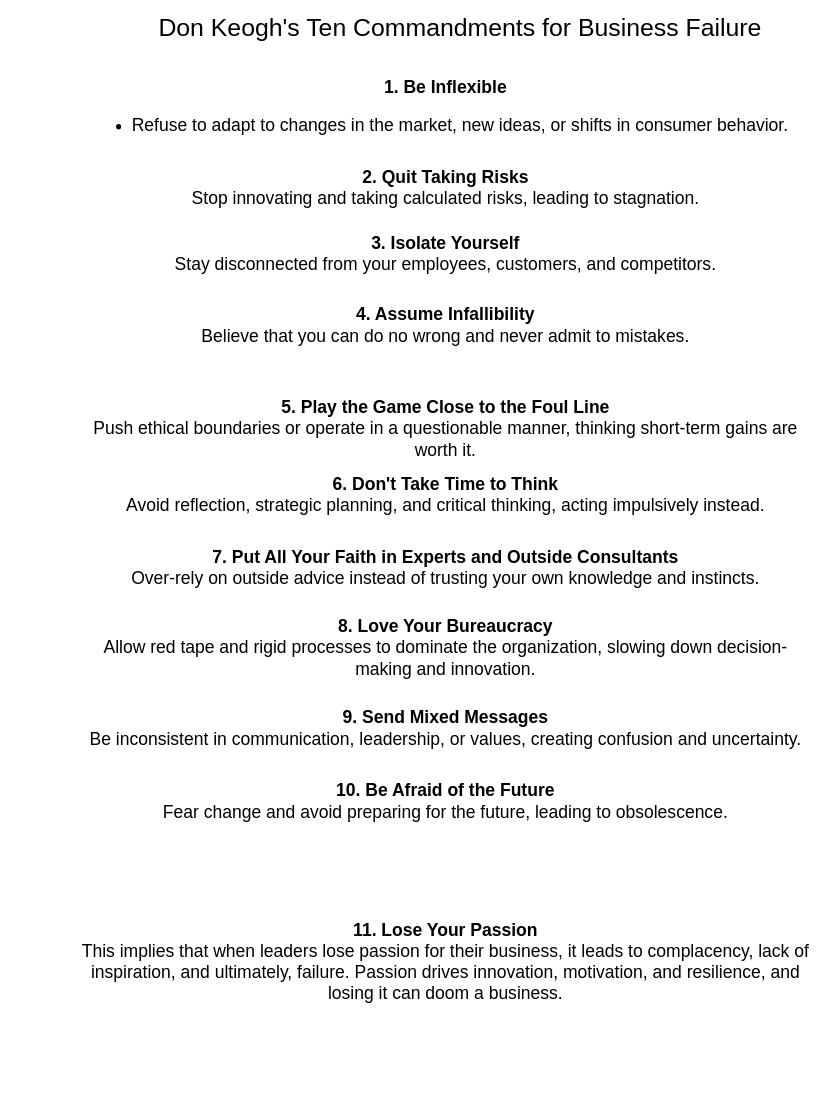
Before: DonKeogh10Step.drawio in gibbona1/diagrams, a draw.io diagram. Source tidied: cells renumbered, new cells numbered last; positions are measured from the earlier drawing's top-left corner, leaving out a move shared by most shapes. Both pictures are drawn from the tidied source at 73%, with x=0, y=0 at pixel (80, 16). Pictures stored in the file or linked from it are replaced by grey dashed boxes.
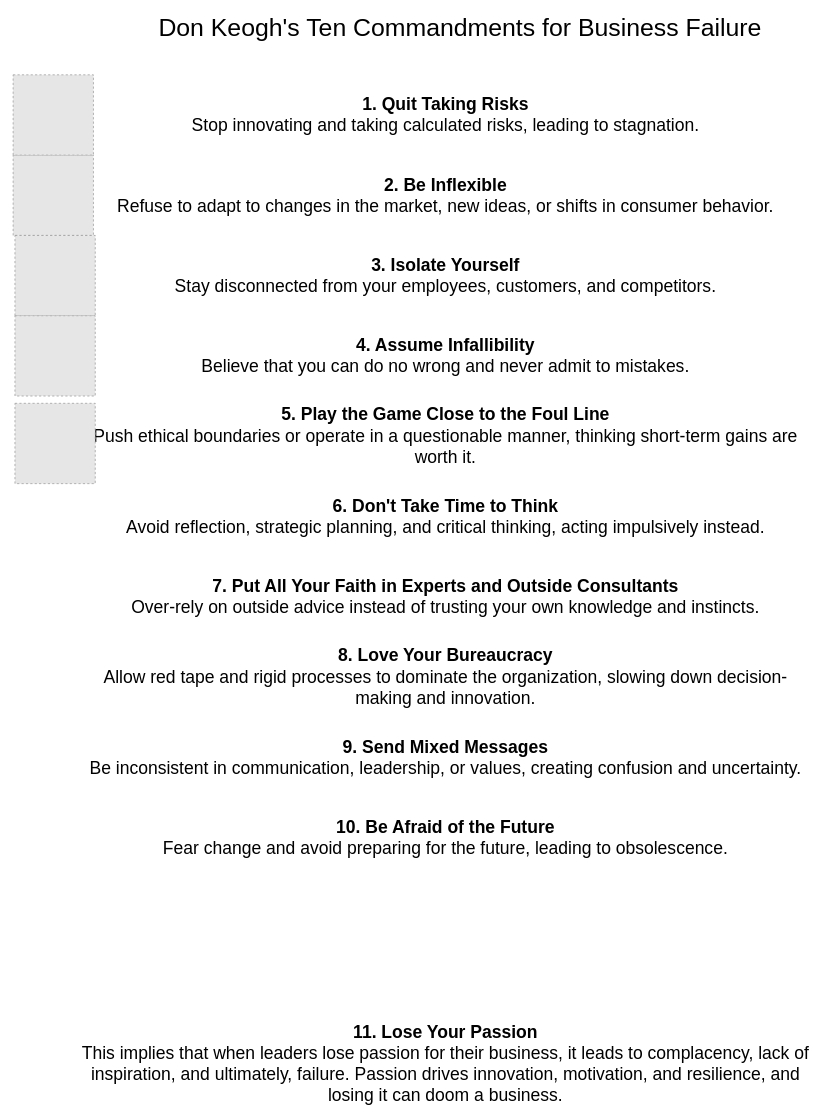
Above is the later version.

Change to the diagram source:
```diff
@@
 <mxGraphModel>
   <root>
     <mxCell id="0" />
     <mxCell id="1" parent="0" />
+    <mxCell id="12" value="&lt;strong style=&quot;background-color: initial;&quot;&gt;2. Be Inflexible&lt;/strong&gt;&lt;br&gt;&lt;span style=&quot;background-color: initial;&quot;&gt;Refuse to adapt to changes in the market, new ideas, or shifts in consumer behavior.&lt;/span&gt;" style="text;html=1;align=center;verticalAlign=middle;whiteSpace=wrap;rounded=0;fontSize=24;" parent="1" vertex="1">
+      <mxGeometry y="190" width="1000" height="110" as="geometry" />
+    </mxCell>
     <mxCell id="2" value="&lt;font style=&quot;font-size: 34px;&quot;&gt;Don Keogh's Ten Commandments for Business Failure&lt;/font&gt;" style="text;html=1;align=center;verticalAlign=middle;whiteSpace=wrap;rounded=0;" parent="1" vertex="1">
       <mxGeometry x="100" width="840" height="30" as="geometry" />
     </mxCell>
     <mxCell id="3" value="&lt;strong style=&quot;font-size: 24px; background-color: initial;&quot;&gt;10. Be Afraid of the Future&lt;/strong&gt;&lt;br style=&quot;font-size: 24px;&quot;&gt;&lt;span style=&quot;background-color: initial; font-size: 24px;&quot;&gt;Fear change and avoid preparing for the future, leading to obsolescence.&lt;/span&gt;" style="text;html=1;align=center;verticalAlign=middle;whiteSpace=wrap;rounded=0;fontSize=24;" parent="1" vertex="1">
-      <mxGeometry y="1020" width="1000" height="110" as="geometry" />
+      <mxGeometry y="1070" width="1000" height="110" as="geometry" />
     </mxCell>
     <mxCell id="4" value="&lt;strong style=&quot;font-size: 24px; background-color: initial;&quot;&gt;9. Send Mixed Messages&lt;/strong&gt;&lt;br style=&quot;font-size: 24px;&quot;&gt;&lt;span style=&quot;background-color: initial; font-size: 24px;&quot;&gt;Be inconsistent in communication, leadership, or values, creating confusion and uncertainty.&lt;/span&gt;" style="text;html=1;align=center;verticalAlign=middle;whiteSpace=wrap;rounded=0;fontSize=24;" parent="1" vertex="1">
-      <mxGeometry y="920" width="1000" height="110" as="geometry" />
+      <mxGeometry y="960" width="1000" height="110" as="geometry" />
     </mxCell>
     <mxCell id="5" value="&lt;strong style=&quot;font-size: 24px; background-color: initial;&quot;&gt;8. Love Your Bureaucracy&lt;/strong&gt;&lt;br style=&quot;font-size: 24px;&quot;&gt;&lt;span style=&quot;background-color: initial; font-size: 24px;&quot;&gt;Allow red tape and rigid processes to dominate the organization, slowing down decision-making and innovation.&lt;/span&gt;" style="text;html=1;align=center;verticalAlign=middle;whiteSpace=wrap;rounded=0;fontSize=24;" parent="1" vertex="1">
-      <mxGeometry y="810" width="1000" height="110" as="geometry" />
+      <mxGeometry y="850" width="1000" height="110" as="geometry" />
     </mxCell>
     <mxCell id="6" value="&lt;p style=&quot;font-size: 24px; background-color: initial; display: inline !important;&quot;&gt;&lt;strong style=&quot;font-size: 24px;&quot;&gt;7. Put All Your Faith in Experts and Outside Consultants&lt;br style=&quot;font-size: 24px;&quot;&gt;&lt;/strong&gt;&lt;/p&gt;&lt;span style=&quot;background-color: initial; font-size: 24px;&quot;&gt;Over-rely on outside advice instead of trusting your own knowledge and instincts.&lt;/span&gt;" style="text;html=1;align=center;verticalAlign=middle;whiteSpace=wrap;rounded=0;fontSize=24;" parent="1" vertex="1">
-      <mxGeometry y="700" width="1000" height="110" as="geometry" />
+      <mxGeometry y="740" width="1000" height="110" as="geometry" />
     </mxCell>
     <mxCell id="7" value="&lt;strong style=&quot;font-size: 24px; background-color: initial;&quot;&gt;6. Don't Take Time to Think&lt;/strong&gt;&lt;div style=&quot;font-size: 24px;&quot;&gt;&lt;span style=&quot;background-color: initial; font-size: 24px;&quot;&gt;Avoid reflection, strategic planning, and critical thinking, acting impulsively instead.&lt;/span&gt;&lt;/div&gt;" style="text;html=1;align=center;verticalAlign=middle;whiteSpace=wrap;rounded=0;fontSize=24;" parent="1" vertex="1">
-      <mxGeometry y="600" width="1000" height="110" as="geometry" />
+      <mxGeometry y="630" width="1000" height="110" as="geometry" />
     </mxCell>
     <mxCell id="8" value="&lt;p style=&quot;font-size: 24px; background-color: initial; display: inline !important;&quot;&gt;&lt;strong style=&quot;font-size: 24px;&quot;&gt;5. Play the Game Close to the Foul Line&lt;br style=&quot;font-size: 24px;&quot;&gt;&lt;/strong&gt;&lt;/p&gt;&lt;span style=&quot;background-color: initial; font-size: 24px;&quot;&gt;Push ethical boundaries or operate in a questionable manner, thinking short-term gains are worth it.&lt;/span&gt;" style="text;html=1;align=center;verticalAlign=middle;whiteSpace=wrap;rounded=0;fontSize=24;" parent="1" vertex="1">
-      <mxGeometry y="510" width="1000" height="110" as="geometry" />
+      <mxGeometry y="520" width="1000" height="110" as="geometry" />
     </mxCell>
     <mxCell id="9" value="&lt;p style=&quot;font-size: 24px; background-color: initial; display: inline !important;&quot;&gt;&lt;strong style=&quot;font-size: 24px;&quot;&gt;4. Assume Infallibility&lt;br style=&quot;font-size: 24px;&quot;&gt;&lt;/strong&gt;&lt;/p&gt;&lt;span style=&quot;background-color: initial; font-size: 24px;&quot;&gt;Believe that you can do no wrong and never admit to mistakes.&lt;/span&gt;" style="text;html=1;align=center;verticalAlign=middle;whiteSpace=wrap;rounded=0;fontSize=24;" parent="1" vertex="1">
-      <mxGeometry y="368" width="1000" height="110" as="geometry" />
+      <mxGeometry y="410" width="1000" height="110" as="geometry" />
     </mxCell>
     <mxCell id="10" value="&lt;p style=&quot;font-size: 24px; background-color: initial; display: inline !important;&quot;&gt;&lt;strong style=&quot;font-size: 24px;&quot;&gt;3. Isolate Yourself&lt;br style=&quot;font-size: 24px;&quot;&gt;&lt;/strong&gt;&lt;/p&gt;&lt;span style=&quot;background-color: initial; font-size: 24px;&quot;&gt;Stay disconnected from your employees, customers, and competitors.&lt;/span&gt;" style="text;html=1;align=center;verticalAlign=middle;whiteSpace=wrap;rounded=0;fontSize=24;" parent="1" vertex="1">
-      <mxGeometry y="270" width="1000" height="110" as="geometry" />
+      <mxGeometry y="300" width="1000" height="110" as="geometry" />
     </mxCell>
-    <mxCell id="11" value="&lt;font style=&quot;font-size: 24px;&quot;&gt;&lt;p style=&quot;background-color: initial; font-size: 24px; display: inline !important;&quot;&gt;&lt;strong style=&quot;font-size: 24px;&quot;&gt;2. Quit Taking Risks&lt;br style=&quot;font-size: 24px;&quot;&gt;&lt;/strong&gt;&lt;/p&gt;&lt;span style=&quot;background-color: initial; font-size: 24px;&quot;&gt;Stop innovating and taking calculated risks, leading to stagnation.&lt;/span&gt;&lt;/font&gt;" style="text;html=1;align=center;verticalAlign=middle;whiteSpace=wrap;rounded=0;fontSize=24;" parent="1" vertex="1">
-      <mxGeometry y="180" width="1000" height="110" as="geometry" />
+    <mxCell id="11" value="&lt;font style=&quot;font-size: 24px;&quot;&gt;&lt;p style=&quot;background-color: initial; font-size: 24px; display: inline !important;&quot;&gt;&lt;strong style=&quot;font-size: 24px;&quot;&gt;1. Quit Taking Risks&lt;br style=&quot;font-size: 24px;&quot;&gt;&lt;/strong&gt;&lt;/p&gt;&lt;span style=&quot;background-color: initial; font-size: 24px;&quot;&gt;Stop innovating and taking calculated risks, leading to stagnation.&lt;/span&gt;&lt;/font&gt;" style="text;html=1;align=center;verticalAlign=middle;whiteSpace=wrap;rounded=0;fontSize=24;" parent="1" vertex="1">
+      <mxGeometry y="80" width="1000" height="110" as="geometry" />
     </mxCell>
-    <mxCell id="12" value="&lt;p style=&quot;font-size: 24px; background-color: initial; display: inline !important;&quot;&gt;&lt;strong style=&quot;font-size: 24px;&quot;&gt;1. Be Inflexible&lt;/strong&gt;&lt;/p&gt;&lt;ul style=&quot;font-size: 24px; background-color: initial;&quot;&gt;&lt;li style=&quot;font-size: 24px;&quot;&gt;Refuse to adapt to changes in the market, new ideas, or shifts in consumer behavior.&lt;/li&gt;&lt;/ul&gt;" style="text;html=1;align=center;verticalAlign=middle;whiteSpace=wrap;rounded=0;fontSize=24;" parent="1" vertex="1">
-      <mxGeometry y="80" width="1000" height="110" as="geometry" />
-    </mxCell>
     <mxCell id="13" value="&lt;strong style=&quot;font-size: 24px; background-color: initial;&quot;&gt;11. Lose Your Passion&lt;/strong&gt;&lt;br style=&quot;font-size: 24px;&quot;&gt;&lt;span style=&quot;background-color: initial; font-size: 24px;&quot;&gt;This implies that when leaders lose passion for their business, it leads to complacency, lack of inspiration, and ultimately, failure. Passion drives innovation, motivation, and resilience, and losing it can doom a business.&lt;/span&gt;" style="text;html=1;align=center;verticalAlign=middle;whiteSpace=wrap;rounded=0;fontSize=24;" parent="1" vertex="1">
-      <mxGeometry y="1240" width="1000" height="110" as="geometry" />
+      <mxGeometry y="1380" width="1000" height="110" as="geometry" />
     </mxCell>
+    <mxCell id="14" style="fillColor=#E6E6E6;strokeColor=#999999;dashed=1;verticalLabelPosition=bottom;labelBackgroundColor=default;verticalAlign=top;" parent="1" vertex="1">
+      <mxGeometry x="-92.5" y="190" width="110" height="110" as="geometry" />
+    </mxCell>
+    <mxCell id="15" style="fillColor=#E6E6E6;strokeColor=#999999;dashed=1;verticalLabelPosition=bottom;labelBackgroundColor=default;verticalAlign=top;" parent="1" vertex="1">
+      <mxGeometry x="-92.5" y="80" width="110" height="110" as="geometry" />
+    </mxCell>
+    <mxCell id="16" style="fillColor=#E6E6E6;strokeColor=#999999;dashed=1;verticalLabelPosition=bottom;labelBackgroundColor=default;verticalAlign=top;" parent="1" vertex="1">
+      <mxGeometry x="-90" y="300" width="110" height="110" as="geometry" />
+    </mxCell>
+    <mxCell id="17" style="fillColor=#E6E6E6;strokeColor=#999999;dashed=1;verticalLabelPosition=bottom;labelBackgroundColor=default;verticalAlign=top;" parent="1" vertex="1">
+      <mxGeometry x="-90" y="410" width="110" height="110" as="geometry" />
+    </mxCell>
+    <mxCell id="18" style="fillColor=#E6E6E6;strokeColor=#999999;dashed=1;verticalLabelPosition=bottom;labelBackgroundColor=default;verticalAlign=top;" parent="1" vertex="1">
+      <mxGeometry x="-90" y="530" width="110" height="110" as="geometry" />
+    </mxCell>
   </root>
 </mxGraphModel>
```
